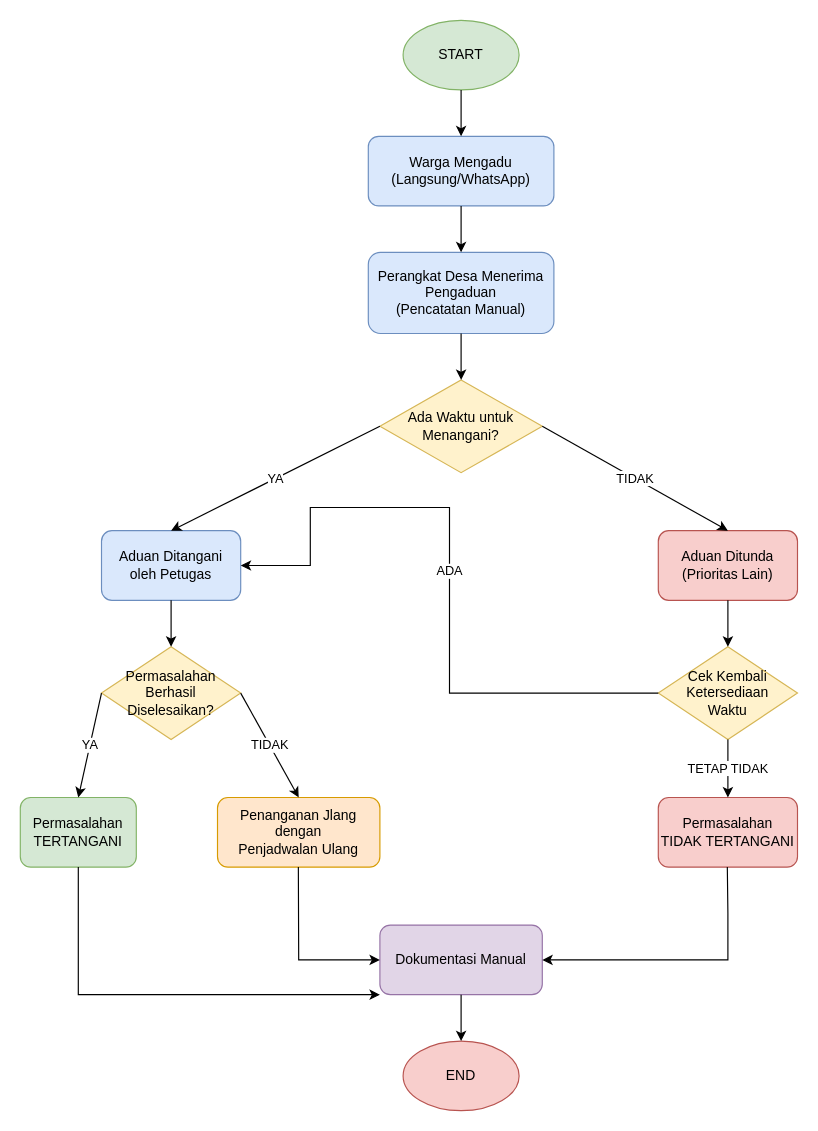
mzaedan/laporaja keeps this draw.io diagram as flowchart -sistem-berjalan.drawio. Above is the earlier version. Source tidied: cells renumbered, new cells numbered last; positions are measured from the earlier drawing's top-left corner, leaving out a move shared by most shapes. Both pictures are drawn from the tidied source at 116%, with x=0, y=0 at pixel (20, 20).
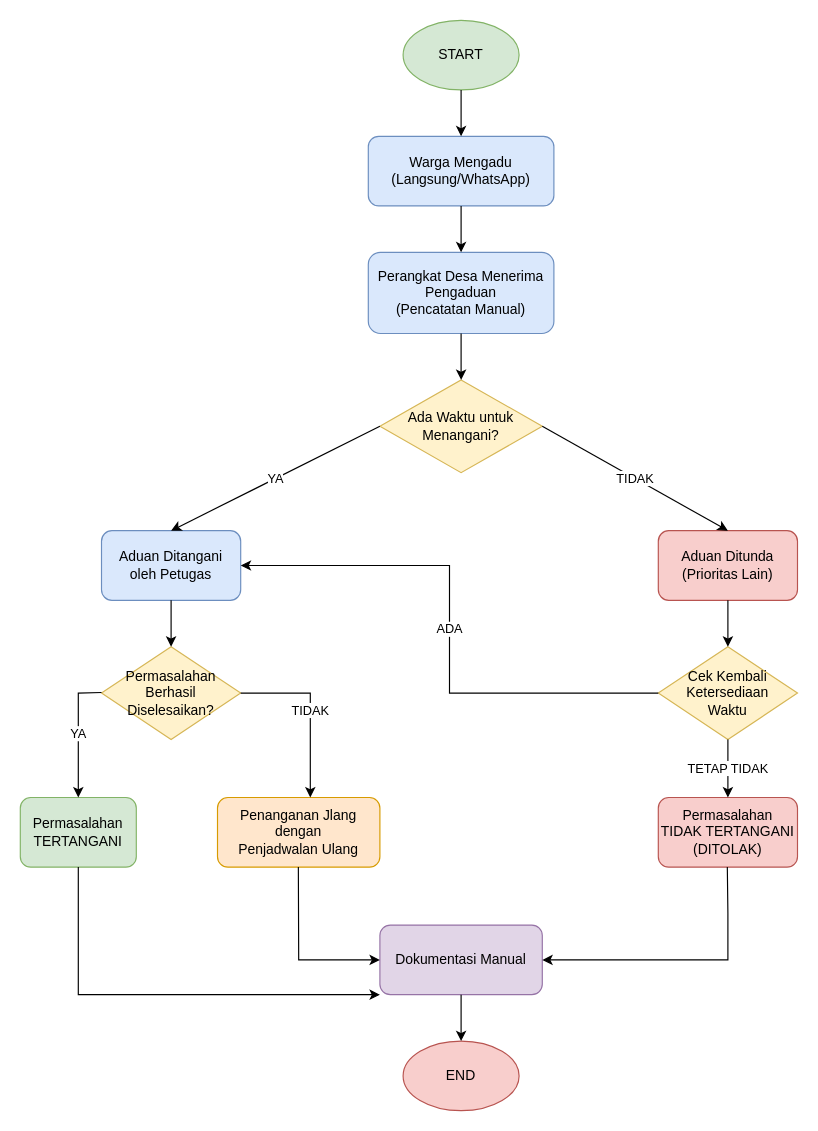
The same diagram, later.

The change refers to these unchanged cells:
```xml
<mxCell id="6" value="Aduan Ditangani&#10;oleh Petugas" style="rounded=1;whiteSpace=wrap;html=1;fillColor=#dae8fc;strokeColor=#6c8ebf;" parent="1" vertex="1">
  <mxGeometry x="70" y="440" width="120" height="60" as="geometry" />
</mxCell>
<mxCell id="7" value="Permasalahan Berhasil&#10;Diselesaikan?" style="rhombus;whiteSpace=wrap;html=1;fillColor=#fff2cc;strokeColor=#d6b656;" parent="1" vertex="1">
  <mxGeometry x="70" y="540" width="120" height="80" as="geometry" />
</mxCell>
<mxCell id="8" value="Permasalahan&#10;TERTANGANI" style="rounded=1;whiteSpace=wrap;html=1;fillColor=#d5e8d4;strokeColor=#82b366;" parent="1" vertex="1">
  <mxGeometry y="670" width="100" height="60" as="geometry" />
</mxCell>
<mxCell id="9" value="Penanganan Jlang dengan&#10;Penjadwalan Ulang" style="rounded=1;whiteSpace=wrap;html=1;fillColor=#ffe6cc;strokeColor=#d79b00;" parent="1" vertex="1">
  <mxGeometry x="170" y="670" width="140" height="60" as="geometry" />
</mxCell>
<mxCell id="11" value="Cek Kembali&#10;Ketersediaan&#10;Waktu" style="rhombus;whiteSpace=wrap;html=1;fillColor=#fff2cc;strokeColor=#d6b656;" parent="1" vertex="1">
  <mxGeometry x="550" y="540" width="120" height="80" as="geometry" />
</mxCell>
```

Diff of the diagram source:
```diff
@@
-    <mxCell id="12" value="Permasalahan&#10;TIDAK TERTANGANI" style="rounded=1;whiteSpace=wrap;html=1;fillColor=#f8cecc;strokeColor=#b85450;" parent="1" vertex="1">
+    <mxCell id="12" value="Permasalahan&lt;br&gt;TIDAK TERTANGANI&lt;div&gt;(DITOLAK)&lt;/div&gt;" style="rounded=1;whiteSpace=wrap;html=1;fillColor=#f8cecc;strokeColor=#b85450;" parent="1" vertex="1">
       <mxGeometry x="550" y="670" width="120" height="60" as="geometry" />
     </mxCell>
@@
-    <mxCell id="21" value="YA" style="endArrow=classic;html=1;rounded=0;exitX=0;exitY=0.5;exitDx=0;exitDy=0;entryX=0.5;entryY=0;entryDx=0;entryDy=0;" parent="1" edge="1" source="7" target="8">
-      <mxGeometry relative="1" as="geometry" />
+    <mxCell id="21" value="YA" style="endArrow=classic;html=1;rounded=0;entryX=0.5;entryY=0;entryDx=0;entryDy=0;" parent="1" edge="1" target="8">
+      <mxGeometry relative="1" as="geometry">
+        <mxPoint x="70" y="579.5" as="sourcePoint" />
+        <Array as="points">
+          <mxPoint x="50" y="580" />
+        </Array>
+      </mxGeometry>
     </mxCell>
-    <mxCell id="22" value="TIDAK" style="endArrow=classic;html=1;rounded=0;exitX=1;exitY=0.5;exitDx=0;exitDy=0;entryX=0.5;entryY=0;entryDx=0;entryDy=0;" parent="1" edge="1" source="7" target="9">
-      <mxGeometry relative="1" as="geometry" />
-    </mxCell>
@@
     <mxCell id="25" value="ADA" style="endArrow=classic;html=1;rounded=0;exitX=0;exitY=0.5;exitDx=0;exitDy=0;entryX=1;entryY=0.5;entryDx=0;entryDy=0;" parent="1" edge="1" source="11" target="6">
       <mxGeometry relative="1" as="geometry">
         <Array as="points">
           <mxPoint x="370" y="580" />
-          <mxPoint x="370" y="420" />
-          <mxPoint x="250" y="420" />
+          <mxPoint x="370" y="470" />
+          <mxPoint x="310" y="470" />
           <mxPoint x="250" y="470" />
         </Array>
       </mxGeometry>
     </mxCell>
@@
+    <mxCell id="22" value="TIDAK" style="endArrow=classic;html=1;rounded=0;entryX=0.5;entryY=0;entryDx=0;entryDy=0;exitX=1;exitY=0.5;exitDx=0;exitDy=0;" parent="1" edge="1" source="7">
+      <mxGeometry relative="1" as="geometry">
+        <mxPoint x="250" y="670" as="targetPoint" />
+        <Array as="points">
+          <mxPoint x="250" y="580" />
+        </Array>
+      </mxGeometry>
+    </mxCell>
```
